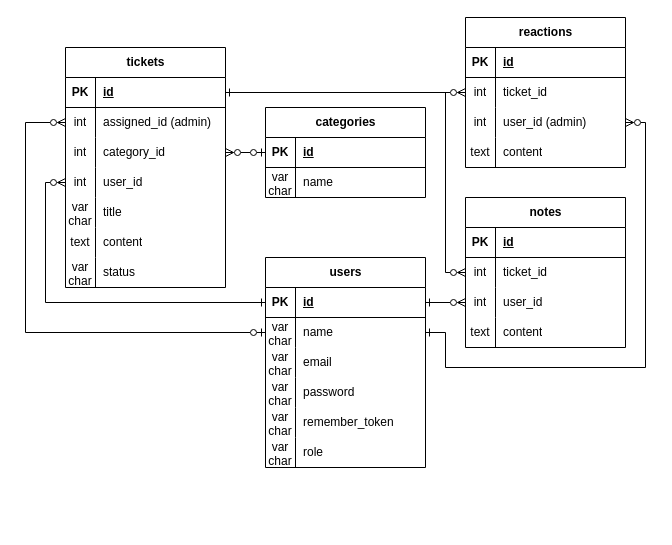
Above: klantenhulpportaal-databasediagram.drawio in LeggyBoiTim/klantenhulpportaal (draw.io), before the change. Source tidied: cells renumbered, new cells numbered last; positions are measured from the earlier drawing's top-left corner, leaving out a move shared by most shapes. Both pictures are drawn from the tidied source at 100%, with x=0, y=0 at pixel (25, 17).
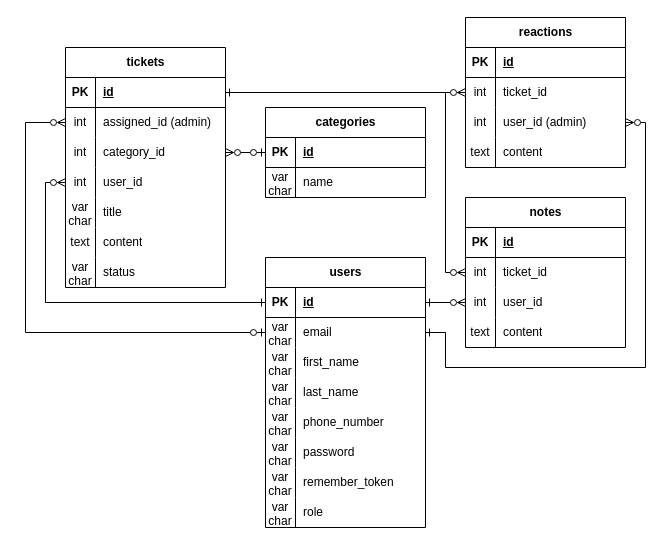
The same diagram, later.

The change refers to these unchanged cells:
```xml
<mxCell id="25" style="shape=tableRow;horizontal=0;startSize=0;swimlaneHead=0;swimlaneBody=0;fillColor=none;points=[[0,0.5],[1,0.5]];portConstraint=eastwest;top=0;left=0;right=0;bottom=0;" parent="21" vertex="1">
  <mxGeometry y="60" width="160" height="30" as="geometry" />
</mxCell>
<mxCell id="57" style="shape=tableRow;horizontal=0;startSize=0;swimlaneHead=0;swimlaneBody=0;fillColor=none;points=[[0,0.5],[1,0.5]];portConstraint=eastwest;top=0;left=0;right=0;bottom=0;" parent="50" vertex="1">
  <mxGeometry y="90" width="160" height="30" as="geometry" />
</mxCell>
```

The edit, as a diff of the source:
```diff
@@
     <mxCell id="2" value="users" style="shape=table;startSize=30;childLayout=tableLayout;rowLines=0;fontStyle=1;align=center;html=1;" parent="1" vertex="1">
-      <mxGeometry x="240" y="240" width="160" height="210" as="geometry" />
+      <mxGeometry x="240" y="240" width="160" height="270" as="geometry" />
     </mxCell>
@@
+    <mxCell id="9" style="shape=tableRow;horizontal=0;startSize=0;swimlaneHead=0;swimlaneBody=0;fillColor=none;points=[[0,0.5],[1,0.5]];portConstraint=eastwest;top=0;left=0;right=0;bottom=0;" parent="2" vertex="1">
+      <mxGeometry y="60" width="160" height="30" as="geometry" />
+    </mxCell>
+    <mxCell id="10" value="var&lt;br&gt;char" style="shape=partialRectangle;fillColor=none;top=0;left=0;bottom=0;right=0;overflow=hidden;whiteSpace=wrap;html=1;" parent="9" vertex="1">
+      <mxGeometry width="30" height="30" as="geometry" />
+    </mxCell>
+    <mxCell id="11" value="email" style="shape=partialRectangle;fillColor=none;top=0;left=0;bottom=0;right=0;align=left;spacingLeft=6;overflow=hidden;whiteSpace=wrap;html=1;" parent="9" vertex="1">
+      <mxGeometry x="30" width="130" height="30" as="geometry" />
+    </mxCell>
     <mxCell id="6" style="shape=tableRow;horizontal=0;startSize=0;swimlaneHead=0;swimlaneBody=0;fillColor=none;points=[[0,0.5],[1,0.5]];portConstraint=eastwest;top=0;left=0;right=0;bottom=0;" parent="2" vertex="1">
-      <mxGeometry y="60" width="160" height="30" as="geometry" />
+      <mxGeometry y="90" width="160" height="30" as="geometry" />
     </mxCell>
@@
-    <mxCell id="8" value="name" style="shape=partialRectangle;fillColor=none;top=0;left=0;bottom=0;right=0;align=left;spacingLeft=6;overflow=hidden;whiteSpace=wrap;html=1;" parent="6" vertex="1">
+    <mxCell id="8" value="first_name" style="shape=partialRectangle;fillColor=none;top=0;left=0;bottom=0;right=0;align=left;spacingLeft=6;overflow=hidden;whiteSpace=wrap;html=1;" parent="6" vertex="1">
       <mxGeometry x="30" width="130" height="30" as="geometry" />
     </mxCell>
-    <mxCell id="9" style="shape=tableRow;horizontal=0;startSize=0;swimlaneHead=0;swimlaneBody=0;fillColor=none;points=[[0,0.5],[1,0.5]];portConstraint=eastwest;top=0;left=0;right=0;bottom=0;" parent="2" vertex="1">
-      <mxGeometry y="90" width="160" height="30" as="geometry" />
-    </mxCell>
-    <mxCell id="10" value="var&lt;br&gt;char" style="shape=partialRectangle;fillColor=none;top=0;left=0;bottom=0;right=0;overflow=hidden;whiteSpace=wrap;html=1;" parent="9" vertex="1">
-      <mxGeometry width="30" height="30" as="geometry" />
-    </mxCell>
-    <mxCell id="11" value="email" style="shape=partialRectangle;fillColor=none;top=0;left=0;bottom=0;right=0;align=left;spacingLeft=6;overflow=hidden;whiteSpace=wrap;html=1;" parent="9" vertex="1">
-      <mxGeometry x="30" width="130" height="30" as="geometry" />
-    </mxCell>
+    <mxCell id="83" style="shape=tableRow;horizontal=0;startSize=0;swimlaneHead=0;swimlaneBody=0;fillColor=none;top=0;left=0;right=0;bottom=0;" parent="2" vertex="1">
+      <mxGeometry y="120" width="160" height="30" as="geometry" />
+    </mxCell>
+    <mxCell id="84" value="var&lt;br&gt;char" style="shape=partialRectangle;fillColor=none;top=0;left=0;bottom=0;right=0;overflow=hidden;whiteSpace=wrap;html=1;" parent="83" vertex="1">
+      <mxGeometry width="30" height="30" as="geometry" />
+    </mxCell>
+    <mxCell id="85" value="last_name" style="shape=partialRectangle;fillColor=none;top=0;left=0;bottom=0;right=0;align=left;spacingLeft=6;overflow=hidden;whiteSpace=wrap;html=1;" parent="83" vertex="1">
+      <mxGeometry x="30" width="130" height="30" as="geometry" />
+    </mxCell>
+    <mxCell id="86" style="shape=tableRow;horizontal=0;startSize=0;swimlaneHead=0;swimlaneBody=0;fillColor=none;top=0;left=0;right=0;bottom=0;" parent="2" vertex="1">
+      <mxGeometry y="150" width="160" height="30" as="geometry" />
+    </mxCell>
+    <mxCell id="87" value="var&lt;br&gt;char" style="shape=partialRectangle;fillColor=none;top=0;left=0;bottom=0;right=0;overflow=hidden;whiteSpace=wrap;html=1;" parent="86" vertex="1">
+      <mxGeometry width="30" height="30" as="geometry" />
+    </mxCell>
+    <mxCell id="88" value="phone_number" style="shape=partialRectangle;fillColor=none;top=0;left=0;bottom=0;right=0;align=left;spacingLeft=6;overflow=hidden;whiteSpace=wrap;html=1;" parent="86" vertex="1">
+      <mxGeometry x="30" width="130" height="30" as="geometry" />
+    </mxCell>
     <mxCell id="12" style="shape=tableRow;horizontal=0;startSize=0;swimlaneHead=0;swimlaneBody=0;fillColor=none;top=0;left=0;right=0;bottom=0;" parent="2" vertex="1">
-      <mxGeometry y="120" width="160" height="30" as="geometry" />
+      <mxGeometry y="180" width="160" height="30" as="geometry" />
     </mxCell>
@@
     <mxCell id="15" style="shape=tableRow;horizontal=0;startSize=0;swimlaneHead=0;swimlaneBody=0;fillColor=none;top=0;left=0;right=0;bottom=0;" parent="2" vertex="1">
-      <mxGeometry y="150" width="160" height="30" as="geometry" />
+      <mxGeometry y="210" width="160" height="30" as="geometry" />
     </mxCell>
@@
     <mxCell id="18" style="shape=tableRow;horizontal=0;startSize=0;swimlaneHead=0;swimlaneBody=0;fillColor=none;top=0;left=0;right=0;bottom=0;" parent="2" vertex="1">
-      <mxGeometry y="180" width="160" height="30" as="geometry" />
+      <mxGeometry y="240" width="160" height="30" as="geometry" />
     </mxCell>
@@
-    <mxCell id="81" style="edgeStyle=orthogonalEdgeStyle;rounded=0;jettySize=auto;html=1;exitX=0;exitY=0.5;exitDx=0;exitDy=0;entryX=0;entryY=0.5;entryDx=0;entryDy=0;startArrow=ERzeroToOne;startFill=0;endArrow=ERzeroToMany;endFill=0;" parent="1" edge="1" source="6" target="25">
+    <mxCell id="81" style="edgeStyle=orthogonalEdgeStyle;rounded=0;jettySize=auto;html=1;exitX=0;exitY=0.5;exitDx=0;exitDy=0;entryX=0;entryY=0.5;entryDx=0;entryDy=0;startArrow=ERzeroToOne;startFill=0;endArrow=ERzeroToMany;endFill=0;" parent="1" edge="1" source="9" target="25">
       <mxGeometry relative="1" as="geometry">
         <Array as="points">
           <mxPoint y="315" />
           <mxPoint y="105" />
         </Array>
       </mxGeometry>
     </mxCell>
-    <mxCell id="82" style="edgeStyle=orthogonalEdgeStyle;rounded=0;jettySize=auto;html=1;exitX=1;exitY=0.5;exitDx=0;exitDy=0;entryX=1;entryY=0.5;entryDx=0;entryDy=0;startArrow=ERone;startFill=0;endArrow=ERzeroToMany;endFill=0;" parent="1" edge="1" source="6" target="57">
+    <mxCell id="82" style="edgeStyle=orthogonalEdgeStyle;rounded=0;jettySize=auto;html=1;exitX=1;exitY=0.5;exitDx=0;exitDy=0;entryX=1;entryY=0.5;entryDx=0;entryDy=0;startArrow=ERone;startFill=0;endArrow=ERzeroToMany;endFill=0;" parent="1" edge="1" source="9" target="57">
       <mxGeometry relative="1" as="geometry">
         <Array as="points">
           <mxPoint x="420" y="315" />
           <mxPoint x="420" y="350" />
           <mxPoint x="620" y="350" />
           <mxPoint x="620" y="105" />
         </Array>
       </mxGeometry>
     </mxCell>
```
